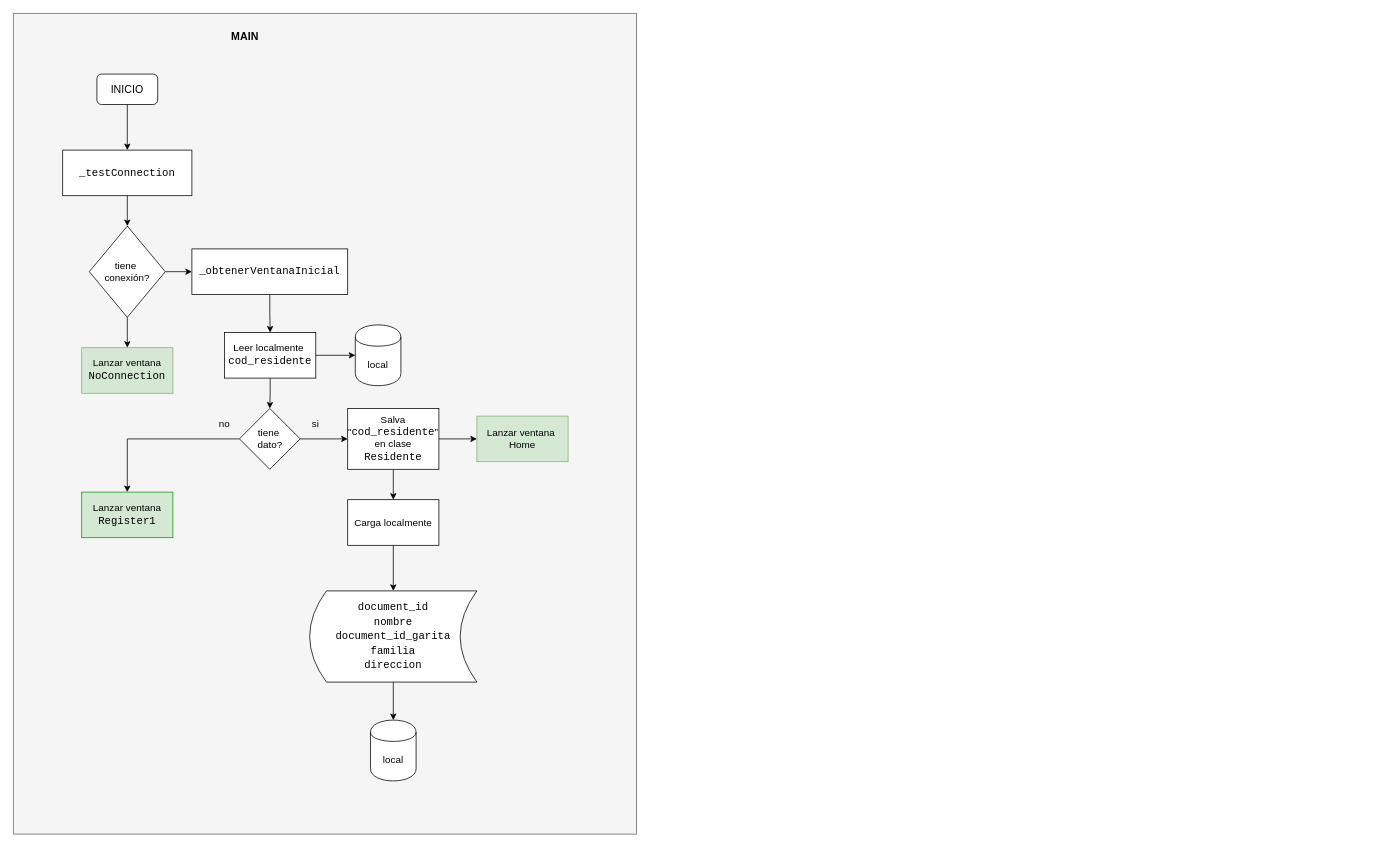
jkdlgit/residente keeps this draw.io diagram as page "MAIN" (1 of 6) of DIAGRAMA RESIDENTE.drawio. Above is the earlier version. Source tidied: cells renumbered, new cells numbered last; positions are measured from the earlier drawing's top-left corner, leaving out a move shared by most shapes. Both pictures are drawn from the tidied source at 76%, with x=0, y=0 at pixel (13, 13).
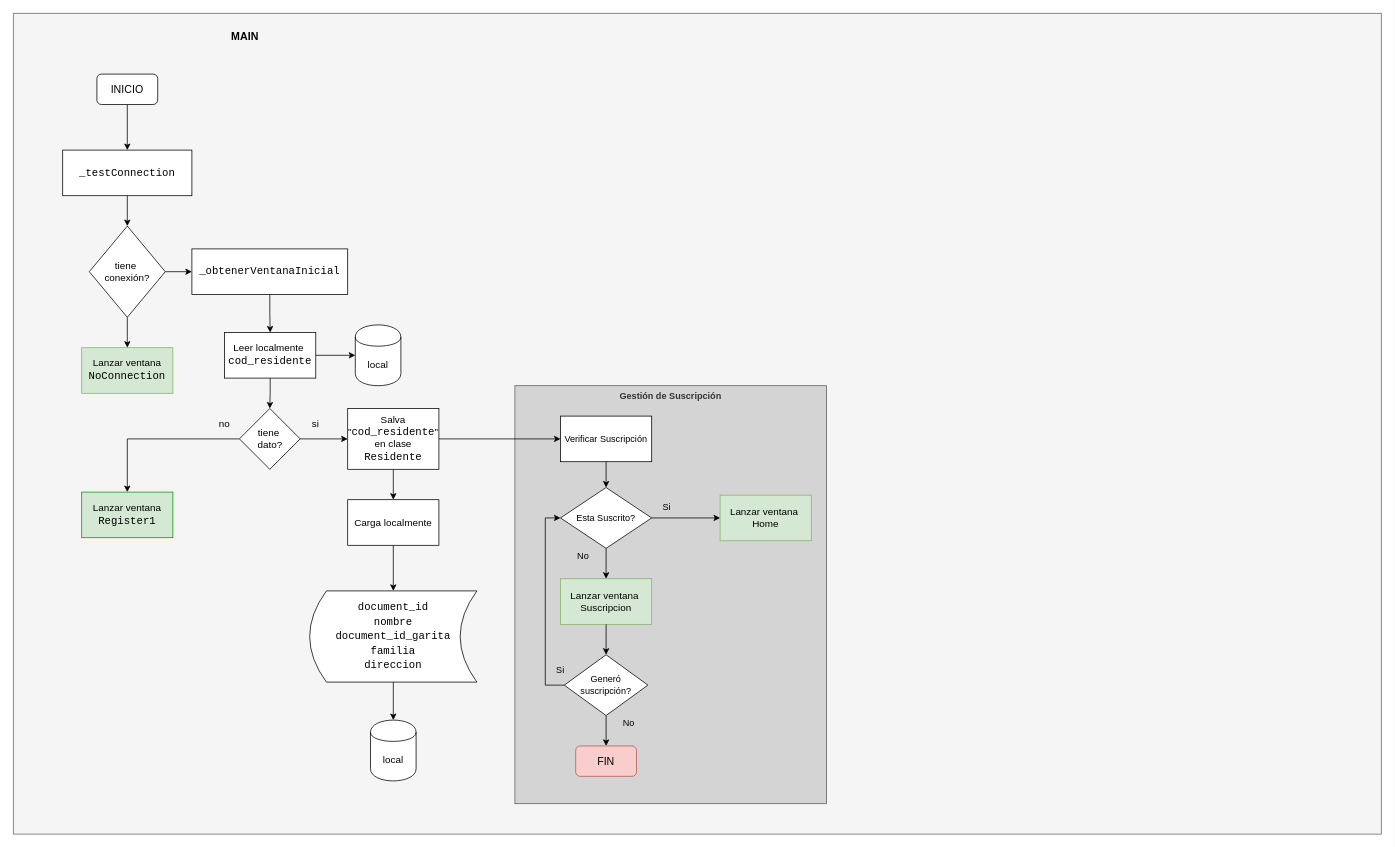
After the change.

Commit message (it also covers changes not shown here):
Hasta aqui esta funcionando el tema de la compra de productos y suscripciones, pero estos servicios hay que probarlos directamente en release, a modo de tester al menos en una version alfa

The change refers to these unchanged cells:
```xml
<mxCell id="24" value="Salva &quot;&lt;span style=&quot;font-family: &amp;#34;consolas&amp;#34; , &amp;#34;courier new&amp;#34; , monospace ; font-size: 14px&quot;&gt;cod_residente&lt;/span&gt;&lt;span&gt;&quot; en clase&lt;/span&gt;&lt;br&gt;&lt;div style=&quot;font-family: &amp;#34;consolas&amp;#34; , &amp;#34;courier new&amp;#34; , monospace ; font-size: 14px ; line-height: 19px&quot;&gt;&lt;span&gt;Residente&lt;/span&gt;&lt;/div&gt;" style="rounded=0;whiteSpace=wrap;html=1;fontSize=13;" parent="1" vertex="1">
  <mxGeometry x="440" y="520" width="120" height="80" as="geometry" />
</mxCell>
```

The edit, as a diff of the source:
```diff
@@
     <mxCell id="2" style="rounded=0;whiteSpace=wrap;html=1;fillColor=#f5f5f5;strokeColor=#666666;fontColor=#333333;" parent="1" vertex="1">
-      <mxGeometry width="820" height="1080" as="geometry" />
+      <mxGeometry width="1800" height="1080" as="geometry" />
     </mxCell>
+    <mxCell id="33" value="Gestión de Suscripción" style="rounded=0;whiteSpace=wrap;html=1;fontColor=#333333;strokeColor=#5E5E5E;fillColor=#D4D4D4;fontStyle=1;verticalAlign=top;" parent="1" vertex="1">
+      <mxGeometry x="660" y="490" width="410" height="550" as="geometry" />
+    </mxCell>
@@
-    <mxCell id="22" style="edgeStyle=orthogonalEdgeStyle;rounded=0;jettySize=auto;html=1;exitX=1;exitY=0.5;exitDx=0;exitDy=0;entryX=0;entryY=0.5;entryDx=0;entryDy=0;fontSize=13;" parent="1" edge="1" source="24" target="25">
-      <mxGeometry relative="1" as="geometry" />
-    </mxCell>
@@
+    <mxCell id="34" style="edgeStyle=orthogonalEdgeStyle;rounded=0;jettySize=auto;html=1;exitX=1;exitY=0.5;exitDx=0;exitDy=0;" parent="1" edge="1" source="24" target="36">
+      <mxGeometry relative="1" as="geometry" />
+    </mxCell>
@@
-    <mxCell id="25" value="Lanzar ventana&amp;nbsp;&lt;br&gt;Home" style="rounded=0;whiteSpace=wrap;html=1;fontSize=13;fillColor=#d5e8d4;strokeColor=#82b366;" parent="1" vertex="1">
-      <mxGeometry x="610" y="530" width="120" height="60" as="geometry" />
-    </mxCell>
@@
+    <mxCell id="35" style="group;" parent="1" vertex="1">
+      <mxGeometry x="700" y="530" width="350" height="474" as="geometry" />
+    </mxCell>
+    <mxCell id="36" value="Verificar Suscripción" style="rounded=0;whiteSpace=wrap;html=1;" parent="35" vertex="1">
+      <mxGeometry x="20" width="120" height="60" as="geometry" />
+    </mxCell>
+    <mxCell id="37" value="Esta Suscrito?" style="rhombus;whiteSpace=wrap;html=1;" parent="35" vertex="1">
+      <mxGeometry x="20" y="94" width="120" height="80" as="geometry" />
+    </mxCell>
+    <mxCell id="38" style="edgeStyle=orthogonalEdgeStyle;rounded=0;jettySize=auto;html=1;exitX=0.5;exitY=1;exitDx=0;exitDy=0;entryX=0.5;entryY=0;entryDx=0;entryDy=0;" parent="35" edge="1" source="36" target="37">
+      <mxGeometry relative="1" as="geometry" />
+    </mxCell>
+    <mxCell id="39" value="Si" style="text;html=1;strokeColor=none;fillColor=none;align=center;verticalAlign=middle;whiteSpace=wrap;rounded=0;" parent="35" vertex="1">
+      <mxGeometry x="140" y="110" width="40" height="20" as="geometry" />
+    </mxCell>
+    <mxCell id="40" value="No" style="text;html=1;strokeColor=none;fillColor=none;align=center;verticalAlign=middle;whiteSpace=wrap;rounded=0;" parent="35" vertex="1">
+      <mxGeometry x="30" y="174" width="40" height="20" as="geometry" />
+    </mxCell>
+    <mxCell id="41" value="Lanzar ventana&amp;nbsp;&lt;br&gt;Suscripcion" style="rounded=0;whiteSpace=wrap;html=1;fontSize=13;fillColor=#d5e8d4;strokeColor=#82b366;" parent="35" vertex="1">
+      <mxGeometry x="20" y="214" width="120" height="60" as="geometry" />
+    </mxCell>
+    <mxCell id="42" style="edgeStyle=orthogonalEdgeStyle;rounded=0;jettySize=auto;html=1;exitX=0.5;exitY=1;exitDx=0;exitDy=0;entryX=0.5;entryY=0;entryDx=0;entryDy=0;" parent="35" edge="1" source="37" target="41">
+      <mxGeometry relative="1" as="geometry" />
+    </mxCell>
+    <mxCell id="43" style="edgeStyle=orthogonalEdgeStyle;rounded=0;jettySize=auto;html=1;exitX=0;exitY=0.5;exitDx=0;exitDy=0;entryX=0;entryY=0.5;entryDx=0;entryDy=0;" parent="35" edge="1" source="44" target="37">
+      <mxGeometry relative="1" as="geometry" />
+    </mxCell>
+    <mxCell id="44" value="Generó suscripción?" style="rhombus;whiteSpace=wrap;html=1;" parent="35" vertex="1">
+      <mxGeometry x="25" y="314" width="110" height="80" as="geometry" />
+    </mxCell>
+    <mxCell id="45" style="edgeStyle=orthogonalEdgeStyle;rounded=0;jettySize=auto;html=1;exitX=0.5;exitY=1;exitDx=0;exitDy=0;entryX=0.5;entryY=0;entryDx=0;entryDy=0;" parent="35" edge="1" source="41" target="44">
+      <mxGeometry relative="1" as="geometry" />
+    </mxCell>
+    <mxCell id="46" value="FIN" style="rounded=1;whiteSpace=wrap;html=1;fontSize=14;fillColor=#f8cecc;strokeColor=#b85450;" parent="35" vertex="1">
+      <mxGeometry x="40" y="434" width="80" height="40" as="geometry" />
+    </mxCell>
+    <mxCell id="47" style="edgeStyle=orthogonalEdgeStyle;rounded=0;jettySize=auto;html=1;exitX=0.5;exitY=1;exitDx=0;exitDy=0;entryX=0.5;entryY=0;entryDx=0;entryDy=0;" parent="35" edge="1" source="44" target="46">
+      <mxGeometry relative="1" as="geometry" />
+    </mxCell>
+    <mxCell id="48" value="No" style="text;html=1;strokeColor=none;fillColor=none;align=center;verticalAlign=middle;whiteSpace=wrap;rounded=0;" parent="35" vertex="1">
+      <mxGeometry x="90" y="394" width="40" height="20" as="geometry" />
+    </mxCell>
+    <mxCell id="49" value="Si" style="text;html=1;strokeColor=none;fillColor=none;align=center;verticalAlign=middle;whiteSpace=wrap;rounded=0;" parent="35" vertex="1">
+      <mxGeometry y="324" width="40" height="20" as="geometry" />
+    </mxCell>
+    <mxCell id="25" value="Lanzar ventana&amp;nbsp;&lt;br&gt;Home" style="rounded=0;whiteSpace=wrap;html=1;fontSize=13;fillColor=#d5e8d4;strokeColor=#82b366;" parent="35" vertex="1">
+      <mxGeometry x="230" y="104" width="120" height="60" as="geometry" />
+    </mxCell>
+    <mxCell id="50" style="edgeStyle=orthogonalEdgeStyle;rounded=0;jettySize=auto;html=1;exitX=1;exitY=0.5;exitDx=0;exitDy=0;entryX=0;entryY=0.5;entryDx=0;entryDy=0;" parent="35" edge="1" source="37" target="25">
+      <mxGeometry relative="1" as="geometry" />
+    </mxCell>
```
